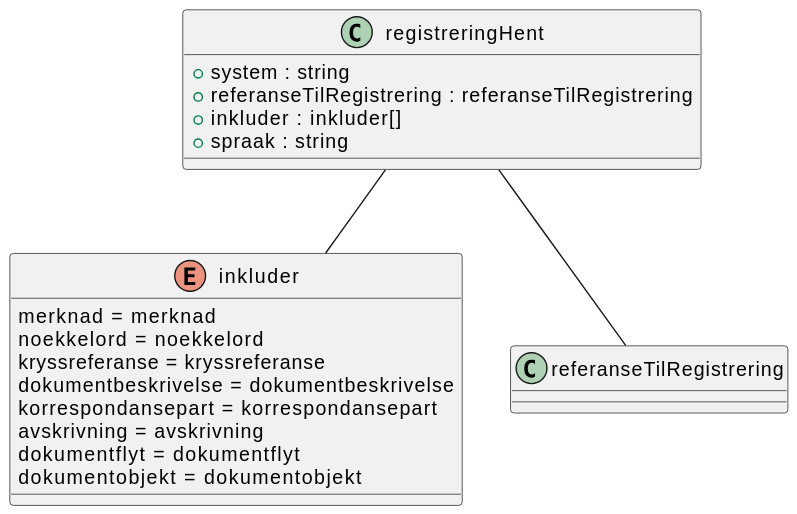
This is Dokumentasjon/V1/SchemaModels/no/ks/fiks/arkiv/v1/innsyn/registrering/hent-relations.svg from ks-no/fiks-arkiv-specification, a PlantUML export, as it was before one commit. Source of this version:
```plantuml
@startuml
enum inkluder {
    merknad = merknad
    noekkelord = noekkelord
    kryssreferanse = kryssreferanse
    dokumentbeskrivelse = dokumentbeskrivelse
    korrespondansepart = korrespondansepart
    avskrivning = avskrivning
    dokumentflyt = dokumentflyt
    dokumentobjekt = dokumentobjekt
}
class registreringHent {
    +system : string
    +referanseTilRegistrering : referanseTilRegistrering
    +inkluder : inkluder[]
    +spraak : string
}
registreringHent -- referanseTilRegistrering
registreringHent -- inkluder
@enduml
```
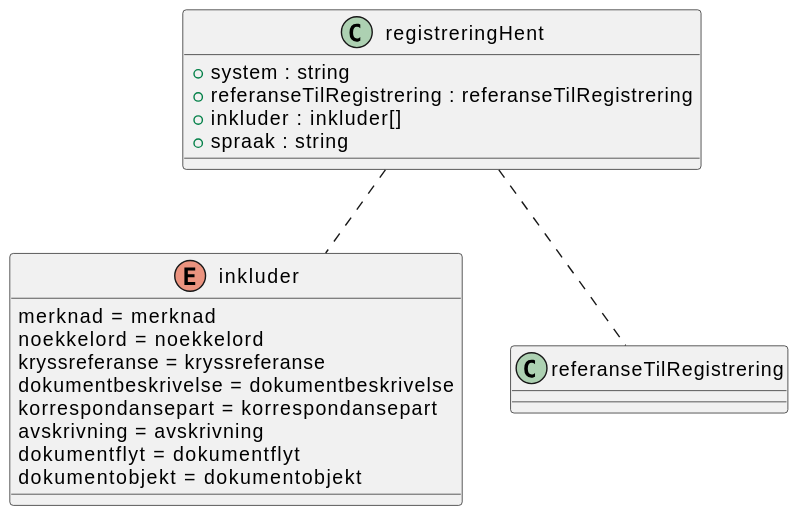
Later version of the same file.

Change to the diagram source:
```diff
@@ -1,20 +1,6 @@
 @startuml
-enum inkluder {
-    merknad = merknad
-    noekkelord = noekkelord
-    kryssreferanse = kryssreferanse
-    dokumentbeskrivelse = dokumentbeskrivelse
-    korrespondansepart = korrespondansepart
-    avskrivning = avskrivning
-    dokumentflyt = dokumentflyt
-    dokumentobjekt = dokumentobjekt
-}
-class registreringHent {
-    +system : string
-    +referanseTilRegistrering : referanseTilRegistrering
-    +inkluder : inkluder[]
-    +spraak : string
-}
-registreringHent -- referanseTilRegistrering
-registreringHent -- inkluder
+!include hent.pu
+
+registreringHent .. referanseTilRegistrering
+registreringHent .. inkluder
 @enduml
```
